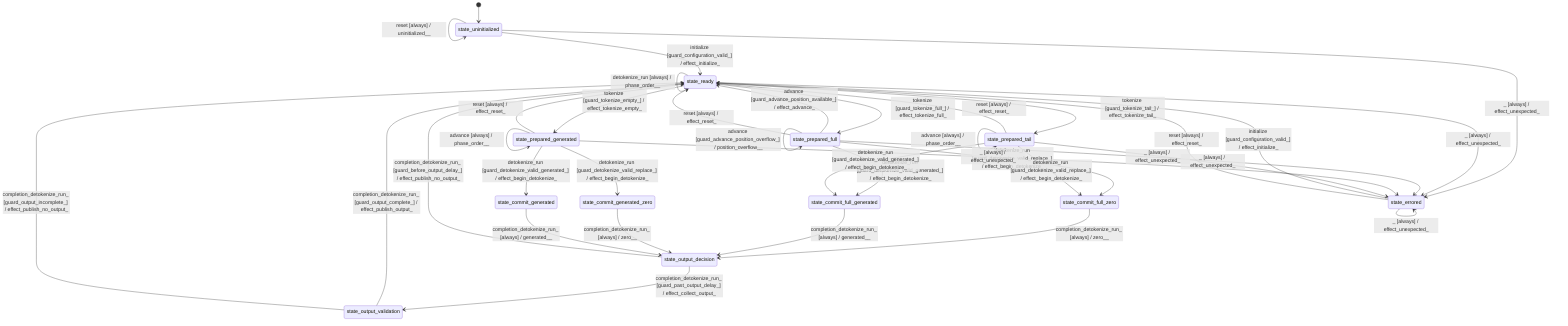
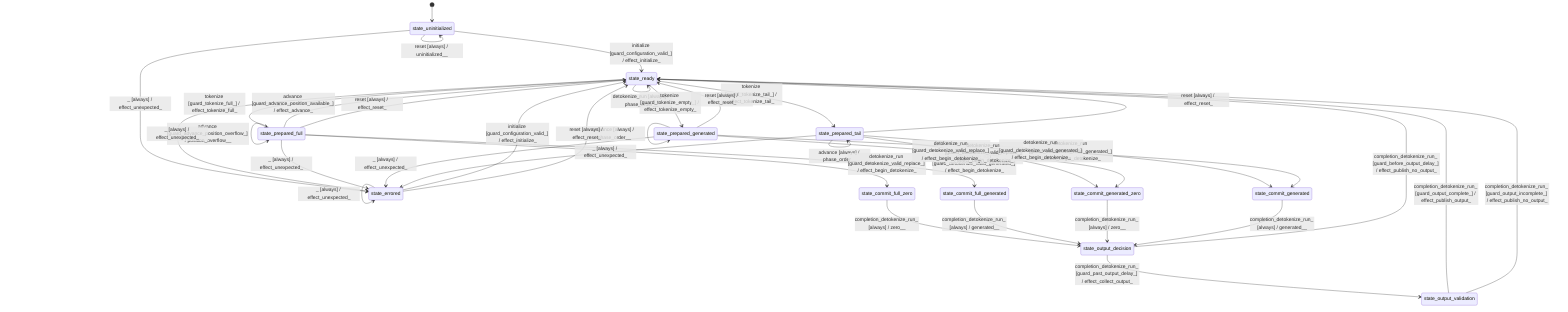
stateDiagram-v2
  direction TB
  [*] --> state_uninitialized
  state_uninitialized --> state_ready : initialize [guard_configuration_valid_] / effect_initialize_
  state_uninitialized --> state_uninitialized : initialize [guard_configuration_invalid_] / invalid_configuration__
  state_ready --> state_ready : initialize [always] / already_initialized__
  state_prepared_full --> state_prepared_full : initialize [always] / already_initialized__
  state_prepared_generated --> state_prepared_generated : initialize [always] / already_initialized__
  state_prepared_tail --> state_prepared_tail : initialize [always] / already_initialized__
  state_errored --> state_ready : initialize [guard_configuration_valid_] / effect_initialize_
  state_errored --> state_errored : initialize [guard_configuration_invalid_] / invalid_configuration__
  state_ready --> state_prepared_full : tokenize [guard_tokenize_full_] / effect_tokenize_full_
  state_ready --> state_prepared_tail : tokenize [guard_tokenize_tail_] / effect_tokenize_tail_
  state_ready --> state_prepared_generated : tokenize [guard_tokenize_empty_] / effect_tokenize_empty_
  state_ready --> state_ready : tokenize [guard_tokenize_invalid_] / request_shape__
  state_ready --> state_ready : tokenize [guard_tokenize_position_overflow_] / position_overflow__
  state_prepared_full --> state_prepared_full : tokenize [always] / phase_order__
  state_prepared_generated --> state_prepared_generated : tokenize [always] / phase_order__
  state_prepared_tail --> state_prepared_tail : tokenize [always] / phase_order__
  state_prepared_full --> state_commit_full_zero : detokenize_run [guard_detokenize_valid_replace_] / effect_begin_detokenize_
  state_prepared_full --> state_commit_full_generated : detokenize_run [guard_detokenize_valid_generated_] / effect_begin_detokenize_
-   state_prepared_tail --> state_commit_full_zero : detokenize_run [guard_detokenize_valid_replace_] / effect_begin_detokenize_
-   state_prepared_tail --> state_commit_full_generated : detokenize_run [guard_detokenize_valid_generated_] / effect_begin_detokenize_
+   state_prepared_tail --> state_commit_generated_zero : detokenize_run [guard_detokenize_valid_replace_] / effect_begin_detokenize_
+   state_prepared_tail --> state_commit_generated : detokenize_run [guard_detokenize_valid_generated_] / effect_begin_detokenize_
  state_prepared_generated --> state_commit_generated_zero : detokenize_run [guard_detokenize_valid_replace_] / effect_begin_detokenize_
  state_prepared_generated --> state_commit_generated : detokenize_run [guard_detokenize_valid_generated_] / effect_begin_detokenize_
-   state_prepared_full --> state_prepared_full : detokenize_run [guard_detokenize_shape_invalid_] / request_shape__
-   state_prepared_generated --> state_prepared_generated : detokenize_run [guard_detokenize_shape_invalid_] / request_shape__
-   state_prepared_tail --> state_prepared_tail : detokenize_run [guard_detokenize_shape_invalid_] / request_shape__
+   state_prepared_full --> state_prepared_full : detokenize_run [guard_detokenize_request_invalid_] / request_shape__
+   state_prepared_generated --> state_prepared_generated : detokenize_run [guard_detokenize_request_invalid_] / request_shape__
+   state_prepared_tail --> state_prepared_tail : detokenize_run [guard_detokenize_request_invalid_] / request_shape__
  state_prepared_full --> state_prepared_full : detokenize_run [guard_position_overflow_] / position_overflow__
  state_prepared_generated --> state_prepared_generated : detokenize_run [guard_position_overflow_] / position_overflow__
  state_prepared_tail --> state_prepared_tail : detokenize_run [guard_position_overflow_] / position_overflow__
  state_commit_full_zero --> state_output_decision : completion_detokenize_run_ [always] / zero__
  state_commit_full_generated --> state_output_decision : completion_detokenize_run_ [always] / generated__
  state_commit_generated_zero --> state_output_decision : completion_detokenize_run_ [always] / zero__
  state_commit_generated --> state_output_decision : completion_detokenize_run_ [always] / generated__
  state_output_decision --> state_ready : completion_detokenize_run_ [guard_before_output_delay_] / effect_publish_no_output_
  state_output_decision --> state_output_validation : completion_detokenize_run_ [guard_past_output_delay_] / effect_collect_output_
  state_output_validation --> state_ready : completion_detokenize_run_ [guard_output_complete_] / effect_publish_output_
  state_output_validation --> state_ready : completion_detokenize_run_ [guard_output_incomplete_] / effect_publish_no_output_
  state_ready --> state_ready : restore_cache [guard_restore_valid_] / effect_restore_column_major_cache_
  state_ready --> state_ready : restore_cache [guard_restore_invalid_] / request_shape__
  state_prepared_full --> state_prepared_full : restore_cache [always] / phase_order__
  state_prepared_generated --> state_prepared_generated : restore_cache [always] / phase_order__
  state_prepared_tail --> state_prepared_tail : restore_cache [always] / phase_order__
  state_prepared_full --> state_ready : advance [guard_advance_position_available_] / effect_advance_
  state_prepared_full --> state_prepared_full : advance [guard_advance_position_overflow_] / position_overflow__
  state_prepared_generated --> state_prepared_generated : advance [always] / phase_order__
  state_prepared_tail --> state_prepared_tail : advance [always] / phase_order__
  state_ready --> state_ready : advance [always] / phase_order__
  state_ready --> state_ready : reset [always] / effect_reset_
  state_prepared_full --> state_ready : reset [always] / effect_reset_
  state_prepared_generated --> state_ready : reset [always] / effect_reset_
  state_prepared_tail --> state_ready : reset [always] / effect_reset_
  state_errored --> state_ready : reset [always] / effect_reset_
  state_uninitialized --> state_uninitialized : tokenize [always] / uninitialized__
  state_uninitialized --> state_uninitialized : detokenize_run [always] / uninitialized__
  state_uninitialized --> state_uninitialized : restore_cache [always] / uninitialized__
  state_uninitialized --> state_uninitialized : advance [always] / uninitialized__
  state_uninitialized --> state_uninitialized : reset [always] / uninitialized__
  state_ready --> state_ready : detokenize_run [always] / phase_order__
  state_errored --> state_errored : tokenize [always] / internal_error__
  state_errored --> state_errored : detokenize_run [always] / internal_error__
  state_errored --> state_errored : restore_cache [always] / internal_error__
  state_errored --> state_errored : advance [always] / internal_error__
  state_uninitialized --> state_errored : _ [always] / effect_unexpected_
  state_ready --> state_errored : _ [always] / effect_unexpected_
  state_prepared_full --> state_errored : _ [always] / effect_unexpected_
  state_prepared_generated --> state_errored : _ [always] / effect_unexpected_
  state_prepared_tail --> state_errored : _ [always] / effect_unexpected_
  state_errored --> state_errored : _ [always] / effect_unexpected_
